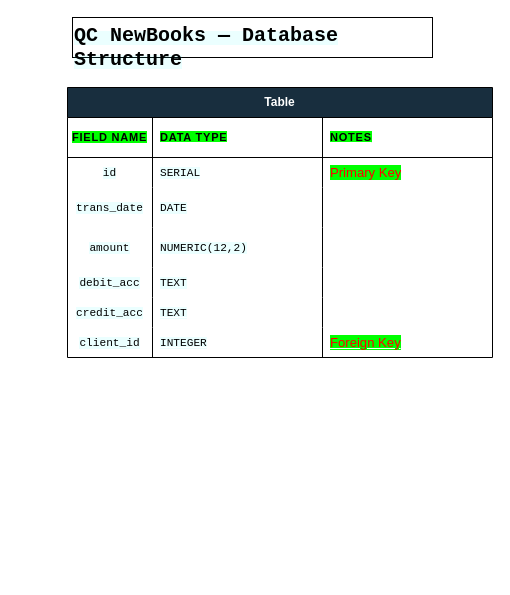
Earlier version of the draw.io diagram page "Part B — ERD" (2 of 2) of QC_NewBooks_Diagrams.drawio (BacchusW/diagram-qc-new-books). Source tidied: cells renumbered, new cells numbered last; positions are measured from the earlier drawing's top-left corner, leaving out a move shared by most shapes. Both pictures are drawn from the tidied source at 100%, with x=0, y=0 at pixel (67, 17).
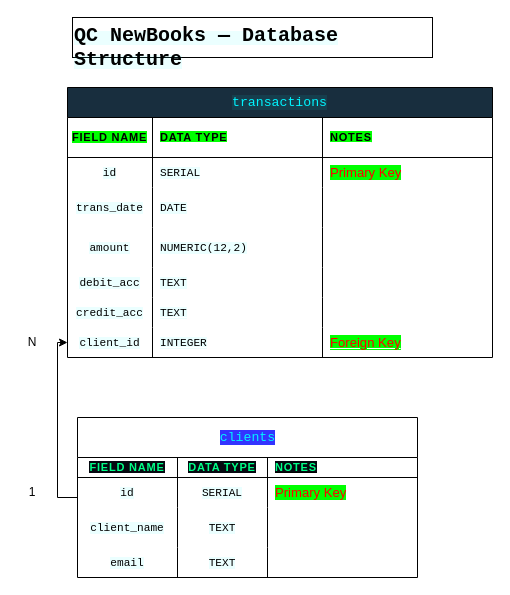
The same page after the edit.

The change refers to these unchanged cells:
```xml
<mxCell id="28" style="shape=tableRow;horizontal=0;startSize=0;swimlaneHead=0;swimlaneBody=0;fillColor=none;points=[[0,0.5],[1,0.5]];portConstraint=eastwest;top=0;left=0;right=0;bottom=0;html=1;strokeColor=#000000;fontColor=#FFFFFF;" parent="3" vertex="1">
  <mxGeometry y="240" width="425" height="30" as="geometry" />
</mxCell>
```

Diff of the diagram source:
```diff
@@
-    <mxCell id="3" value="Table" style="shape=table;startSize=30;childLayout=tableLayout;rowLines=0;fontStyle=1;align=center;html=1;whiteSpace=wrap;strokeColor=#000000;fontColor=#FFFFFF;fillColor=#182E3E;" parent="1" vertex="1">
+    <mxCell id="3" value="&lt;span style=&quot;color: rgb(0, 245, 255); font-family: &amp;quot;Share Tech Mono&amp;quot;, monospace; font-size: 13.192px; font-weight: 400; text-align: start; background-color: rgba(0, 245, 255, 0.08);&quot;&gt;transactions&lt;/span&gt;" style="shape=table;startSize=30;childLayout=tableLayout;rowLines=0;fontStyle=1;align=center;html=1;whiteSpace=wrap;strokeColor=#000000;fontColor=#FFFFFF;fillColor=#182E3E;" parent="1" vertex="1">
       <mxGeometry y="70" width="425" height="270" as="geometry" />
     </mxCell>
@@
+    <mxCell id="32" style="edgeStyle=orthogonalEdgeStyle;rounded=0;jettySize=auto;html=1;exitX=0;exitY=0.5;exitDx=0;exitDy=0;entryX=0;entryY=0.5;entryDx=0;entryDy=0;" parent="1" edge="1" source="33" target="28">
+      <mxGeometry relative="1" as="geometry" />
+    </mxCell>
+    <mxCell id="33" value="&lt;span style=&quot;color: rgb(0, 245, 255); font-family: &amp;quot;Share Tech Mono&amp;quot;, monospace; font-size: 13.192px; font-weight: 400; text-align: start; text-wrap-mode: wrap; background-color: rgb(51, 51, 255);&quot;&gt;clients&lt;/span&gt;" style="shape=table;startSize=40;childLayout=tableLayout;rowLines=0;fontStyle=1;align=center;html=1;" parent="1" vertex="1">
+      <mxGeometry x="10" y="400" width="340" height="160" as="geometry" />
+    </mxCell>
+    <mxCell id="34" style="shape=tableRow;horizontal=0;startSize=0;swimlaneHead=0;swimlaneBody=0;fillColor=none;top=0;left=0;right=0;bottom=1;" parent="33" vertex="1">
+      <mxGeometry y="40" width="340" height="20" as="geometry" />
+    </mxCell>
+    <mxCell id="35" value="&lt;span style=&quot;color: rgb(0, 255, 136); font-family: Rajdhani, sans-serif; font-size: 11.04px; letter-spacing: 0.7728px; text-align: left; text-transform: uppercase; background-color: rgb(5, 8, 16);&quot;&gt;Field Name&lt;/span&gt;" style="shape=partialRectangle;fillColor=none;top=0;left=0;bottom=0;right=0;fontStyle=1;overflow=hidden;whiteSpace=wrap;html=1;" parent="34" vertex="1">
+      <mxGeometry width="100" height="20" as="geometry" />
+    </mxCell>
+    <mxCell id="36" value="&lt;span style=&quot;color: rgb(0, 255, 136); font-family: Rajdhani, sans-serif; font-size: 11.04px; letter-spacing: 0.7728px; text-align: left; text-transform: uppercase; background-color: rgb(5, 8, 16);&quot;&gt;Data Type&lt;/span&gt;" style="shape=partialRectangle;fillColor=none;top=0;left=0;bottom=0;right=0;fontStyle=1;overflow=hidden;whiteSpace=wrap;html=1;" parent="34" vertex="1">
+      <mxGeometry x="100" width="90" height="20" as="geometry" />
+    </mxCell>
+    <mxCell id="37" value="&lt;span style=&quot;color: rgb(0, 255, 136); font-family: Rajdhani, sans-serif; font-size: 11.04px; letter-spacing: 0.7728px; text-transform: uppercase; background-color: rgb(5, 8, 16);&quot;&gt;Notes&lt;/span&gt;" style="shape=partialRectangle;fillColor=none;top=0;left=0;bottom=0;right=0;align=left;spacingLeft=6;fontStyle=5;overflow=hidden;whiteSpace=wrap;html=1;" parent="34" vertex="1">
+      <mxGeometry x="190" width="150" height="20" as="geometry" />
+    </mxCell>
+    <mxCell id="38" style="shape=tableRow;horizontal=0;startSize=0;swimlaneHead=0;swimlaneBody=0;fillColor=none;top=0;left=0;right=0;bottom=0;" parent="33" vertex="1">
+      <mxGeometry y="60" width="340" height="30" as="geometry" />
+    </mxCell>
+    <mxCell id="39" value="&lt;span style=&quot;font-family: &amp;quot;Share Tech Mono&amp;quot;, monospace; font-size: 11.152px; text-align: start; background-color: rgba(0, 245, 255, 0.08);&quot;&gt;&lt;font style=&quot;color: rgb(0, 0, 0);&quot;&gt;id&lt;/font&gt;&lt;/span&gt;" style="shape=partialRectangle;fillColor=none;top=0;left=0;bottom=0;right=0;overflow=hidden;whiteSpace=wrap;html=1;" parent="38" vertex="1">
+      <mxGeometry width="100" height="30" as="geometry" />
+    </mxCell>
+    <mxCell id="40" value="&lt;span style=&quot;font-family: &amp;quot;Share Tech Mono&amp;quot;, monospace; font-size: 11.152px; text-align: start; background-color: rgba(0, 245, 255, 0.08);&quot;&gt;&lt;font style=&quot;color: rgb(0, 0, 0);&quot;&gt;SERIAL&lt;/font&gt;&lt;/span&gt;" style="shape=partialRectangle;fillColor=none;top=0;left=0;bottom=0;right=0;overflow=hidden;whiteSpace=wrap;html=1;" parent="38" vertex="1">
+      <mxGeometry x="100" width="90" height="30" as="geometry" />
+    </mxCell>
+    <mxCell id="41" value="&lt;span style=&quot;font-family: Barlow, sans-serif; font-size: 13.12px; background-color: rgb(0, 255, 0);&quot;&gt;&lt;font style=&quot;color: rgb(255, 0, 0);&quot;&gt;Primary Key&lt;/font&gt;&lt;/span&gt;" style="shape=partialRectangle;fillColor=none;top=0;left=0;bottom=0;right=0;align=left;spacingLeft=6;overflow=hidden;whiteSpace=wrap;html=1;" parent="38" vertex="1">
+      <mxGeometry x="190" width="150" height="30" as="geometry" />
+    </mxCell>
+    <mxCell id="42" style="shape=tableRow;horizontal=0;startSize=0;swimlaneHead=0;swimlaneBody=0;fillColor=none;top=0;left=0;right=0;bottom=0;" parent="33" vertex="1">
+      <mxGeometry y="90" width="340" height="40" as="geometry" />
+    </mxCell>
+    <mxCell id="43" value="&lt;span style=&quot;font-family: &amp;quot;Share Tech Mono&amp;quot;, monospace; font-size: 11.152px; text-align: start; background-color: rgba(0, 245, 255, 0.08);&quot;&gt;&lt;font style=&quot;color: rgb(0, 0, 0);&quot;&gt;client_name&lt;/font&gt;&lt;/span&gt;" style="shape=partialRectangle;fillColor=none;top=0;left=0;bottom=0;right=0;overflow=hidden;whiteSpace=wrap;html=1;" parent="42" vertex="1">
+      <mxGeometry width="100" height="40" as="geometry" />
+    </mxCell>
+    <mxCell id="44" value="&lt;span style=&quot;font-family: &amp;quot;Share Tech Mono&amp;quot;, monospace; font-size: 11.152px; text-align: start; background-color: rgba(0, 245, 255, 0.08);&quot;&gt;&lt;font style=&quot;color: rgb(0, 0, 0);&quot;&gt;TEXT&lt;/font&gt;&lt;/span&gt;" style="shape=partialRectangle;fillColor=none;top=0;left=0;bottom=0;right=0;overflow=hidden;whiteSpace=wrap;html=1;" parent="42" vertex="1">
+      <mxGeometry x="100" width="90" height="40" as="geometry" />
+    </mxCell>
+    <mxCell id="45" style="shape=partialRectangle;fillColor=none;top=0;left=0;bottom=0;right=0;align=left;spacingLeft=6;overflow=hidden;whiteSpace=wrap;html=1;" parent="42" vertex="1">
+      <mxGeometry x="190" width="150" height="40" as="geometry" />
+    </mxCell>
+    <mxCell id="46" style="shape=tableRow;horizontal=0;startSize=0;swimlaneHead=0;swimlaneBody=0;fillColor=none;top=0;left=0;right=0;bottom=0;" parent="33" vertex="1">
+      <mxGeometry y="130" width="340" height="30" as="geometry" />
+    </mxCell>
+    <mxCell id="47" value="&lt;span style=&quot;font-family: &amp;quot;Share Tech Mono&amp;quot;, monospace; font-size: 11.152px; text-align: start; background-color: rgba(0, 245, 255, 0.08);&quot;&gt;&lt;font style=&quot;color: rgb(0, 0, 0);&quot;&gt;email&lt;/font&gt;&lt;/span&gt;" style="shape=partialRectangle;fillColor=none;top=0;left=0;bottom=0;right=0;overflow=hidden;whiteSpace=wrap;html=1;" parent="46" vertex="1">
+      <mxGeometry width="100" height="30" as="geometry" />
+    </mxCell>
+    <mxCell id="48" value="&lt;span style=&quot;font-family: &amp;quot;Share Tech Mono&amp;quot;, monospace; font-size: 11.152px; text-align: start; background-color: rgba(0, 245, 255, 0.08);&quot;&gt;&lt;font style=&quot;color: rgb(0, 0, 0);&quot;&gt;TEXT&lt;/font&gt;&lt;/span&gt;" style="shape=partialRectangle;fillColor=none;top=0;left=0;bottom=0;right=0;overflow=hidden;whiteSpace=wrap;html=1;" parent="46" vertex="1">
+      <mxGeometry x="100" width="90" height="30" as="geometry" />
+    </mxCell>
+    <mxCell id="49" style="shape=partialRectangle;fillColor=none;top=0;left=0;bottom=0;right=0;align=left;spacingLeft=6;overflow=hidden;whiteSpace=wrap;html=1;" parent="46" vertex="1">
+      <mxGeometry x="190" width="150" height="30" as="geometry" />
+    </mxCell>
+    <mxCell id="50" value="1" style="text;html=1;whiteSpace=wrap;strokeColor=none;fillColor=none;align=center;verticalAlign=middle;rounded=0;" parent="1" vertex="1">
+      <mxGeometry x="-50" y="460" width="30" height="30" as="geometry" />
+    </mxCell>
+    <mxCell id="51" value="N" style="text;html=1;whiteSpace=wrap;strokeColor=none;fillColor=none;align=center;verticalAlign=middle;rounded=0;" parent="1" vertex="1">
+      <mxGeometry x="-50" y="310" width="30" height="30" as="geometry" />
+    </mxCell>
```
